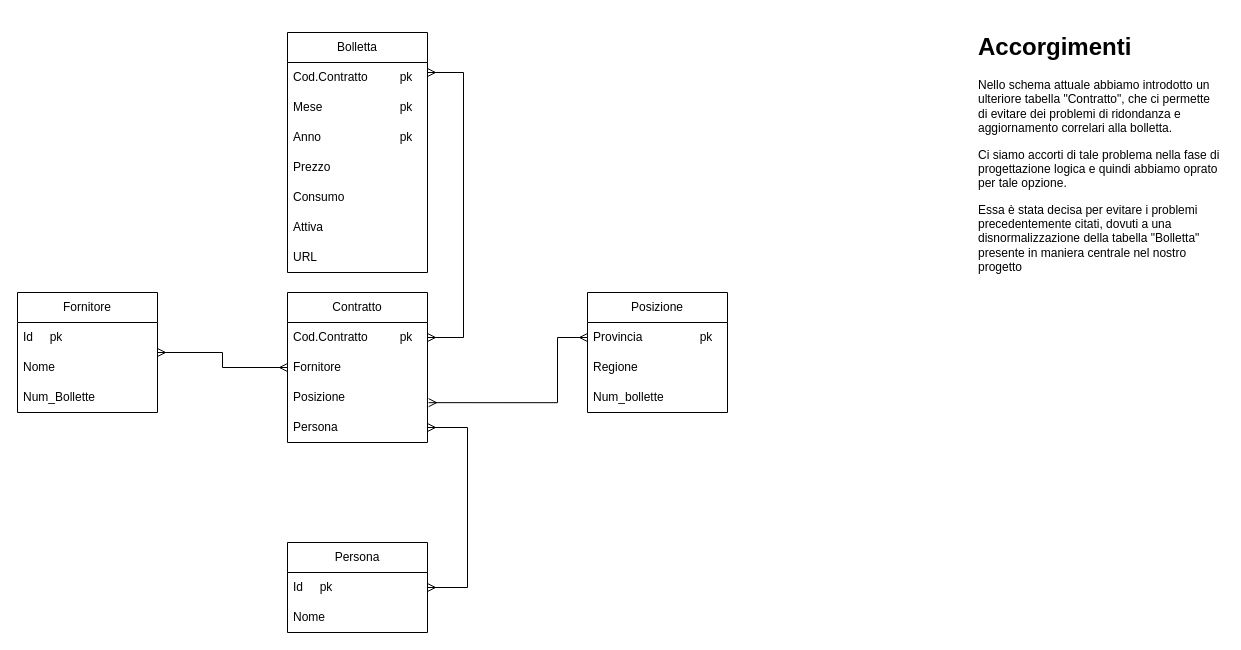
This is page "Schema logico" (4 of 4) of Electrical Theft.drawio from Moriarty2002/electricity-theft, a draw.io file, before an edit. Source tidied: cells renumbered, new cells numbered last; positions are measured from the earlier drawing's top-left corner, leaving out a move shared by most shapes. Both pictures are drawn from the tidied source at 100%, with x=0, y=0 at pixel (17, 27).
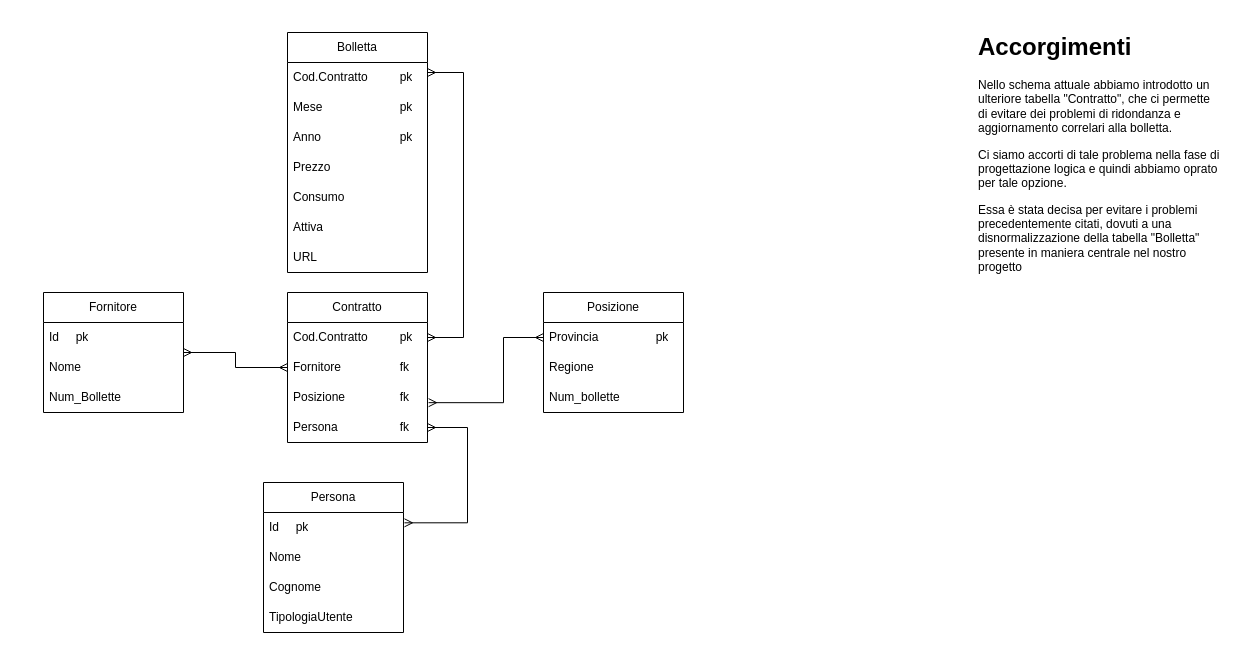
The same page after the edit.

Unchanged cells that the change refers to:
```xml
<mxCell id="7" value="Contratto" style="swimlane;fontStyle=0;horizontal=1;startSize=30;whiteSpace=wrap;html=1;" parent="1" vertex="1">
  <mxGeometry x="270" y="265" width="140" height="150" as="geometry" />
</mxCell>
<mxCell id="13" value="Provincia&lt;span style=&quot;white-space: pre;&quot;&gt;&#9;&lt;/span&gt;&lt;span style=&quot;white-space: pre;&quot;&gt;&#9;&lt;/span&gt;&lt;span style=&quot;white-space: pre;&quot;&gt;&#9;&lt;/span&gt;pk" style="text;strokeColor=none;fillColor=none;align=left;verticalAlign=middle;spacingLeft=4;spacingRight=4;overflow=hidden;points=[[0,0.5],[1,0.5]];portConstraint=eastwest;whiteSpace=wrap;html=1;" parent="12" vertex="1">
  <mxGeometry y="30" width="140" height="30" as="geometry" />
</mxCell>
<mxCell id="18" value="Id&lt;span style=&quot;white-space: pre;&quot;&gt;&#9;&lt;/span&gt;pk" style="text;strokeColor=none;fillColor=none;align=left;verticalAlign=middle;spacingLeft=4;spacingRight=4;overflow=hidden;points=[[0,0.5],[1,0.5]];portConstraint=eastwest;whiteSpace=wrap;html=1;" parent="17" vertex="1">
  <mxGeometry y="30" width="140" height="30" as="geometry" />
</mxCell>
```

Diff of the diagram source:
```diff
@@
     <mxCell id="3" value="Fornitore" style="swimlane;fontStyle=0;horizontal=1;startSize=30;whiteSpace=wrap;html=1;" parent="1" vertex="1">
-      <mxGeometry y="265" width="140" height="120" as="geometry" />
+      <mxGeometry x="26" y="265" width="140" height="120" as="geometry" />
     </mxCell>
@@
-    <mxCell id="9" value="Fornitore&lt;span style=&quot;white-space: pre;&quot;&gt;&#9;&lt;span style=&quot;white-space: pre;&quot;&gt;&#9;&lt;span style=&quot;white-space: pre;&quot;&gt;&#9;&lt;/span&gt;&lt;/span&gt;&lt;/span&gt;" style="text;strokeColor=none;fillColor=none;align=left;verticalAlign=middle;spacingLeft=4;spacingRight=4;overflow=hidden;points=[[0,0.5],[1,0.5]];portConstraint=eastwest;whiteSpace=wrap;html=1;" parent="7" vertex="1">
+    <mxCell id="9" value="Fornitore&lt;span style=&quot;white-space: pre;&quot;&gt;&#9;&lt;span style=&quot;white-space: pre;&quot;&gt;&#9;&lt;/span&gt;&lt;span style=&quot;white-space: pre;&quot;&gt;&#9;&lt;/span&gt;fk&lt;span style=&quot;white-space: pre;&quot;&gt;&lt;span style=&quot;white-space: pre;&quot;&gt;&lt;/span&gt;&lt;/span&gt;&lt;/span&gt;" style="text;strokeColor=none;fillColor=none;align=left;verticalAlign=middle;spacingLeft=4;spacingRight=4;overflow=hidden;points=[[0,0.5],[1,0.5]];portConstraint=eastwest;whiteSpace=wrap;html=1;" parent="7" vertex="1">
       <mxGeometry y="60" width="140" height="30" as="geometry" />
     </mxCell>
-    <mxCell id="10" value="Posizione&lt;span style=&quot;white-space: pre;&quot;&gt;&#9;&lt;/span&gt;&lt;span style=&quot;white-space: pre;&quot;&gt;&#9;&lt;/span&gt;" style="text;strokeColor=none;fillColor=none;align=left;verticalAlign=middle;spacingLeft=4;spacingRight=4;overflow=hidden;points=[[0,0.5],[1,0.5]];portConstraint=eastwest;whiteSpace=wrap;html=1;" parent="7" vertex="1">
+    <mxCell id="10" value="Posizione&lt;span style=&quot;white-space: pre;&quot;&gt;&#9;&lt;/span&gt;&lt;span style=&quot;white-space: pre;&quot;&gt;&#9;&lt;/span&gt;fk" style="text;strokeColor=none;fillColor=none;align=left;verticalAlign=middle;spacingLeft=4;spacingRight=4;overflow=hidden;points=[[0,0.5],[1,0.5]];portConstraint=eastwest;whiteSpace=wrap;html=1;" parent="7" vertex="1">
       <mxGeometry y="90" width="140" height="30" as="geometry" />
     </mxCell>
-    <mxCell id="11" value="Persona&lt;span style=&quot;white-space: pre;&quot;&gt;&#9;&lt;span style=&quot;white-space: pre;&quot;&gt;&#9;&lt;span style=&quot;white-space: pre;&quot;&gt;&#9;&lt;/span&gt;&lt;/span&gt;&lt;/span&gt;" style="text;strokeColor=none;fillColor=none;align=left;verticalAlign=middle;spacingLeft=4;spacingRight=4;overflow=hidden;points=[[0,0.5],[1,0.5]];portConstraint=eastwest;whiteSpace=wrap;html=1;" parent="7" vertex="1">
+    <mxCell id="11" value="Persona&lt;span style=&quot;white-space: pre;&quot;&gt;&#9;&lt;span style=&quot;white-space: pre;&quot;&gt;&#9;&lt;span style=&quot;white-space: pre;&quot;&gt;&#9;&lt;/span&gt;f&lt;/span&gt;k&lt;/span&gt;" style="text;strokeColor=none;fillColor=none;align=left;verticalAlign=middle;spacingLeft=4;spacingRight=4;overflow=hidden;points=[[0,0.5],[1,0.5]];portConstraint=eastwest;whiteSpace=wrap;html=1;" parent="7" vertex="1">
       <mxGeometry y="120" width="140" height="30" as="geometry" />
     </mxCell>
     <mxCell id="12" value="Posizione" style="swimlane;fontStyle=0;horizontal=1;startSize=30;whiteSpace=wrap;html=1;" parent="1" vertex="1">
-      <mxGeometry x="570" y="265" width="140" height="120" as="geometry" />
+      <mxGeometry x="526" y="265" width="140" height="120" as="geometry" />
     </mxCell>
@@
     <mxCell id="16" style="edgeStyle=orthogonalEdgeStyle;rounded=0;jettySize=auto;html=1;exitX=0;exitY=0.5;exitDx=0;exitDy=0;endArrow=ERmany;endFill=0;startArrow=ERmany;startFill=0;entryX=1.008;entryY=0.672;entryDx=0;entryDy=0;entryPerimeter=0;" parent="1" edge="1" source="13" target="10">
       <mxGeometry relative="1" as="geometry">
         <Array as="points">
-          <mxPoint x="540" y="375" />
+          <mxPoint x="486" y="310" />
+          <mxPoint x="486" y="375" />
         </Array>
       </mxGeometry>
     </mxCell>
     <mxCell id="17" value="Persona" style="swimlane;fontStyle=0;horizontal=1;startSize=30;whiteSpace=wrap;html=1;" parent="1" vertex="1">
-      <mxGeometry x="270" y="515" width="140" height="90" as="geometry" />
+      <mxGeometry x="246" y="455" width="140" height="150" as="geometry" />
     </mxCell>
@@
+    <mxCell id="32" value="Nome" style="text;strokeColor=none;fillColor=none;align=left;verticalAlign=middle;spacingLeft=4;spacingRight=4;overflow=hidden;whiteSpace=wrap;html=1;" parent="17" vertex="1">
+      <mxGeometry y="60" width="140" height="30" as="geometry" />
+    </mxCell>
+    <mxCell id="33" value="Cognome" style="text;strokeColor=none;fillColor=none;align=left;verticalAlign=middle;spacingLeft=4;spacingRight=4;overflow=hidden;whiteSpace=wrap;html=1;" parent="17" vertex="1">
+      <mxGeometry y="90" width="140" height="30" as="geometry" />
+    </mxCell>
-    <mxCell id="19" value="Nome" style="text;strokeColor=none;fillColor=none;align=left;verticalAlign=middle;spacingLeft=4;spacingRight=4;overflow=hidden;whiteSpace=wrap;html=1;" parent="17" vertex="1">
-      <mxGeometry y="60" width="140" height="30" as="geometry" />
+    <mxCell id="19" value="TipologiaUtente" style="text;strokeColor=none;fillColor=none;align=left;verticalAlign=middle;spacingLeft=4;spacingRight=4;overflow=hidden;whiteSpace=wrap;html=1;" parent="17" vertex="1">
+      <mxGeometry y="120" width="140" height="30" as="geometry" />
     </mxCell>
-    <mxCell id="20" style="edgeStyle=orthogonalEdgeStyle;rounded=0;jettySize=auto;html=1;entryX=1;entryY=0.5;entryDx=0;entryDy=0;endArrow=ERmany;endFill=0;startArrow=ERmany;startFill=0;" parent="1" edge="1" source="18" target="11">
+    <mxCell id="20" style="edgeStyle=orthogonalEdgeStyle;rounded=0;jettySize=auto;html=1;entryX=1;entryY=0.5;entryDx=0;entryDy=0;endArrow=ERmany;endFill=0;startArrow=ERmany;startFill=0;exitX=1.007;exitY=0.344;exitDx=0;exitDy=0;exitPerimeter=0;" parent="1" edge="1" source="18" target="11">
       <mxGeometry relative="1" as="geometry">
         <Array as="points">
-          <mxPoint x="450" y="560" />
+          <mxPoint x="450" y="495" />
           <mxPoint x="450" y="400" />
         </Array>
       </mxGeometry>
     </mxCell>
```
